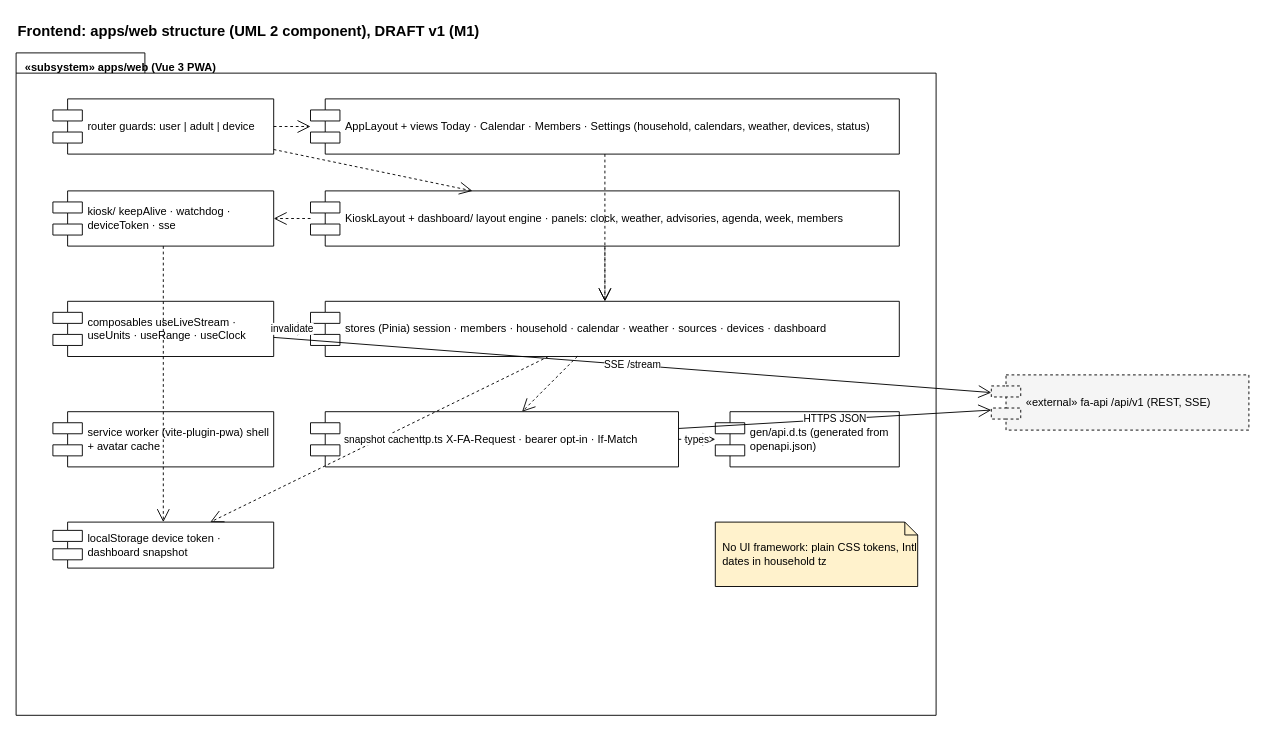
This is page "Components" (1 of 3) of arch/Frontend.drawio from JonGanz/family-assistant, a draw.io file, before an edit. Source tidied: cells renumbered, new cells numbered last; positions are measured from the earlier drawing's top-left corner, leaving out a move shared by most shapes. Both pictures are drawn from the tidied source at 92%, with x=0, y=0 at pixel (16, 16).
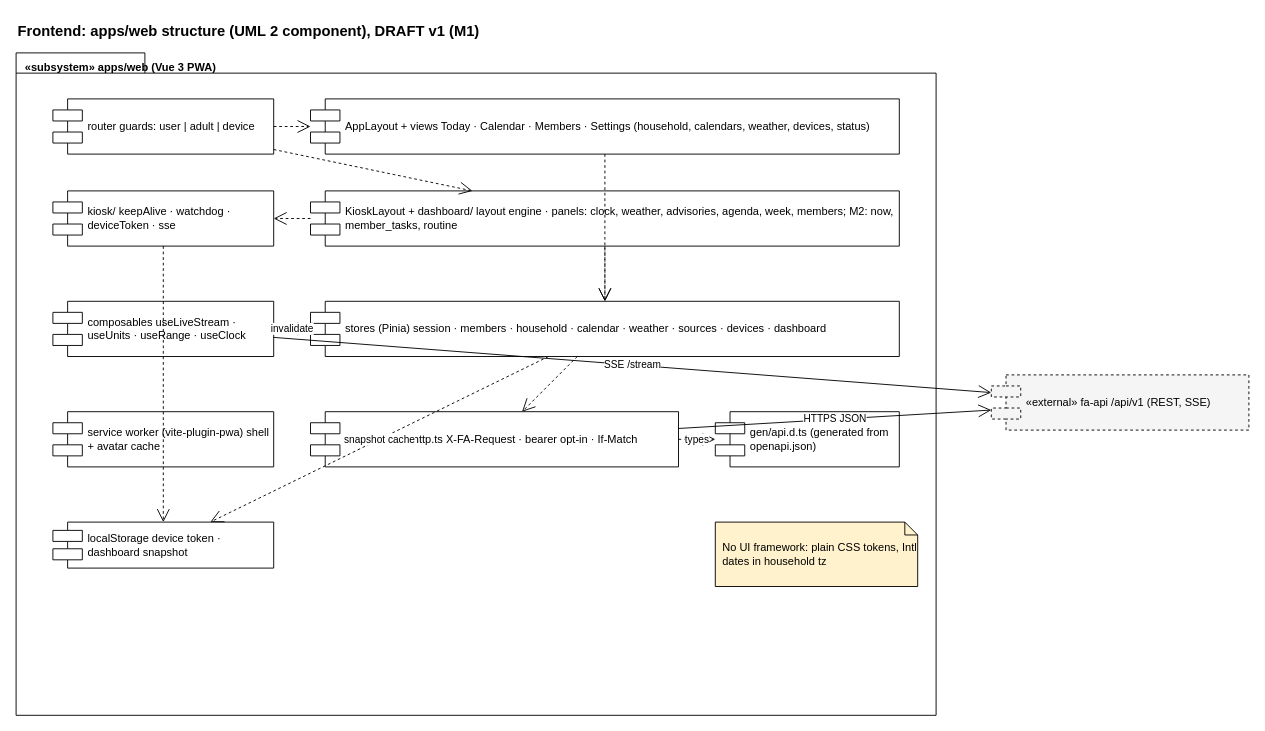
The same page after the edit.

What changed in the source:
```diff
@@
-    <mxCell id="6" value="KioskLayout + dashboard/ layout engine · panels: clock, weather, advisories, agenda, week, members" style="shape=component;align=left;spacingLeft=36;html=1;whiteSpace=wrap;" parent="1" vertex="1">
+    <mxCell id="6" value="KioskLayout + dashboard/ layout engine · panels: clock, weather, advisories, agenda, week, members; M2: now, member_tasks, routine" style="shape=component;align=left;spacingLeft=36;html=1;whiteSpace=wrap;" parent="1" vertex="1">
       <mxGeometry x="320" y="190" width="640" height="60" as="geometry" />
     </mxCell>
```
